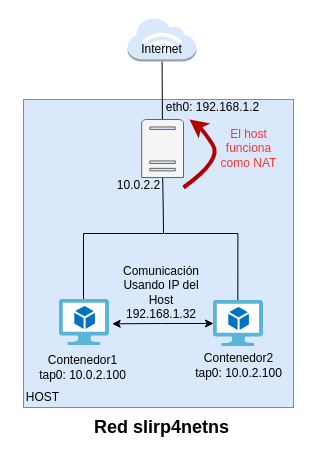
Earlier version of the draw.io diagram contenido/modulo4/img/rootless.drawio (josedom24/curso_podman_ow). Source tidied: cells renumbered, new cells numbered last; positions are measured from the earlier drawing's top-left corner, leaving out a move shared by most shapes. Both pictures are drawn from the tidied source at 100%, with x=0, y=0 at pixel (17, 17).
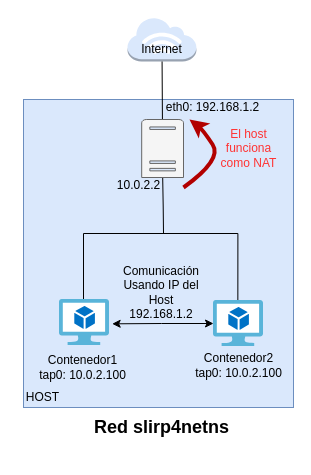
After the change.

Change to the diagram source:
```diff
@@
-    <mxCell id="19" value="&lt;div&gt;Comunicación&lt;/div&gt;&lt;div&gt;Usando IP del Host&lt;/div&gt;&lt;div&gt;192.168.1.32&lt;/div&gt;" style="text;strokeColor=none;align=center;fillColor=none;html=1;verticalAlign=middle;whiteSpace=wrap;rounded=0;" parent="1" vertex="1">
+    <mxCell id="19" value="&lt;div&gt;Comunicación&lt;/div&gt;&lt;div&gt;Usando IP del Host&lt;/div&gt;&lt;div&gt;192.168.1.2&lt;/div&gt;" style="text;strokeColor=none;align=center;fillColor=none;html=1;verticalAlign=middle;whiteSpace=wrap;rounded=0;" parent="1" vertex="1">
       <mxGeometry x="104.2" y="260" width="80" height="30" as="geometry" />
     </mxCell>
```
